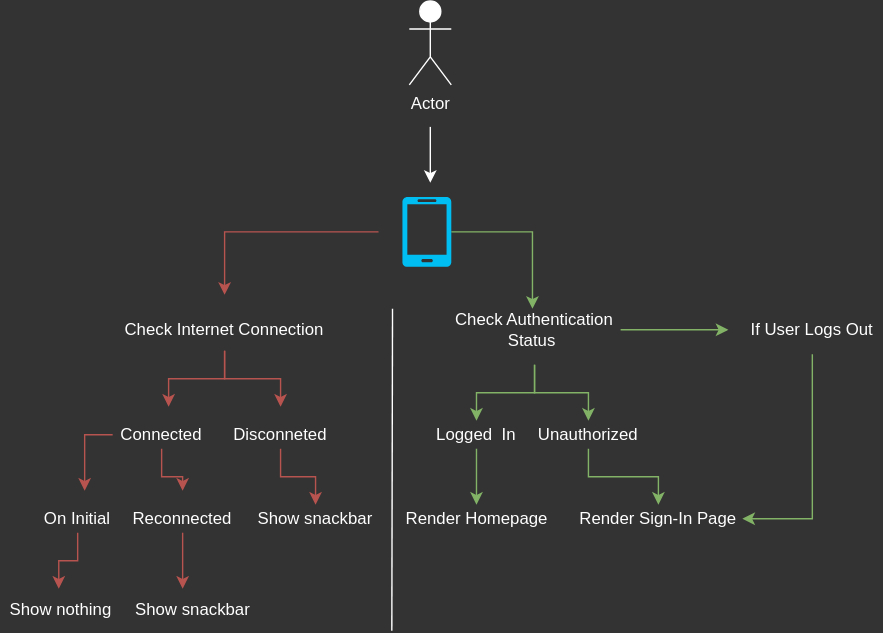
The draw.io diagram artiver-visualization.svg in wzslr321/artiver, before a commit. Source tidied: cells renumbered, new cells last; positions are measured from the earlier drawing's top-left corner, leaving out a move shared by most shapes. The source it was exported from:
```xml
<mxGraphModel background="#333333">
  <root>
    <mxCell id="0" />
    <mxCell id="1" parent="0" />
    <mxCell id="2" style="edgeStyle=orthogonalEdgeStyle;rounded=0;orthogonalLoop=1;jettySize=auto;html=1;strokeColor=#FFFFFF;" parent="1" edge="1">
      <mxGeometry relative="1" as="geometry">
        <mxPoint x="307" y="90" as="sourcePoint" />
        <mxPoint x="307" y="130" as="targetPoint" />
      </mxGeometry>
    </mxCell>
    <mxCell id="3" value="&lt;font color=&quot;#ffffff&quot;&gt;Actor&lt;/font&gt;" style="shape=umlActor;verticalLabelPosition=bottom;verticalAlign=top;html=1;strokeColor=#FFFFFF;" parent="1" vertex="1">
      <mxGeometry x="292" width="30" height="60" as="geometry" />
    </mxCell>
    <mxCell id="4" style="edgeStyle=orthogonalEdgeStyle;rounded=0;orthogonalLoop=1;jettySize=auto;html=1;fillColor=#f8cecc;strokeColor=#b85450;" parent="1" edge="1">
      <mxGeometry relative="1" as="geometry">
        <mxPoint x="270" y="165" as="sourcePoint" />
        <mxPoint x="160" y="210" as="targetPoint" />
      </mxGeometry>
    </mxCell>
    <mxCell id="5" style="edgeStyle=orthogonalEdgeStyle;rounded=0;jettySize=auto;html=1;fillColor=#d5e8d4;strokeColor=#82b366;" parent="1" edge="1" source="6">
      <mxGeometry relative="1" as="geometry">
        <mxPoint x="380" y="220" as="targetPoint" />
      </mxGeometry>
    </mxCell>
    <mxCell id="6" style="verticalLabelPosition=bottom;html=1;verticalAlign=top;align=center;strokeColor=none;fillColor=#00BEF2;shape=mxgraph.azure.mobile;" parent="1" vertex="1">
      <mxGeometry x="287" y="140" width="35" height="50" as="geometry" />
    </mxCell>
    <mxCell id="7" style="edgeStyle=orthogonalEdgeStyle;rounded=0;jettySize=auto;html=1;fillColor=#f8cecc;strokeColor=#b85450;" parent="1" edge="1" source="9">
      <mxGeometry relative="1" as="geometry">
        <mxPoint x="120" y="290" as="targetPoint" />
        <Array as="points">
          <mxPoint x="160" y="270" />
          <mxPoint x="120" y="270" />
        </Array>
      </mxGeometry>
    </mxCell>
    <mxCell id="8" style="edgeStyle=orthogonalEdgeStyle;rounded=0;jettySize=auto;html=1;fillColor=#f8cecc;strokeColor=#b85450;" parent="1" edge="1" source="9">
      <mxGeometry relative="1" as="geometry">
        <mxPoint x="200" y="290" as="targetPoint" />
      </mxGeometry>
    </mxCell>
    <mxCell id="9" value="&lt;font color=&quot;#ffffff&quot;&gt;Check Internet Connection&lt;/font&gt;" style="text;html=1;align=center;verticalAlign=middle;whiteSpace=wrap;rounded=0;" parent="1" vertex="1">
      <mxGeometry x="75" y="220" width="170" height="30" as="geometry" />
    </mxCell>
    <mxCell id="10" style="edgeStyle=orthogonalEdgeStyle;rounded=0;orthogonalLoop=1;jettySize=auto;html=1;fillColor=#f8cecc;strokeColor=#b85450;" parent="1" edge="1">
      <mxGeometry relative="1" as="geometry">
        <mxPoint x="80" y="310" as="sourcePoint" />
        <mxPoint x="60" y="350" as="targetPoint" />
      </mxGeometry>
    </mxCell>
    <mxCell id="11" style="edgeStyle=orthogonalEdgeStyle;rounded=0;jettySize=auto;html=1;fillColor=#f8cecc;strokeColor=#b85450;" parent="1" edge="1" source="12">
      <mxGeometry relative="1" as="geometry">
        <mxPoint x="130" y="350" as="targetPoint" />
      </mxGeometry>
    </mxCell>
    <mxCell id="12" value="&lt;font color=&quot;#ffffff&quot;&gt;Connected&lt;/font&gt;" style="text;html=1;strokeColor=none;fillColor=none;align=center;verticalAlign=middle;whiteSpace=wrap;rounded=0;" parent="1" vertex="1">
      <mxGeometry x="95" y="300" width="40" height="20" as="geometry" />
    </mxCell>
    <mxCell id="13" style="edgeStyle=orthogonalEdgeStyle;rounded=0;jettySize=auto;html=1;entryX=0.5;entryY=0;entryDx=0;entryDy=0;fillColor=#f8cecc;strokeColor=#b85450;" parent="1" edge="1" source="14" target="21">
      <mxGeometry relative="1" as="geometry" />
    </mxCell>
    <mxCell id="14" value="&lt;font color=&quot;#ffffff&quot;&gt;Disconneted&lt;/font&gt;" style="text;html=1;strokeColor=none;fillColor=none;align=center;verticalAlign=middle;whiteSpace=wrap;rounded=0;" parent="1" vertex="1">
      <mxGeometry x="180" y="300" width="40" height="20" as="geometry" />
    </mxCell>
    <mxCell id="15" style="edgeStyle=orthogonalEdgeStyle;rounded=0;jettySize=auto;html=1;entryX=0.5;entryY=0;entryDx=0;entryDy=0;fillColor=#f8cecc;strokeColor=#b85450;" parent="1" edge="1" source="16" target="19">
      <mxGeometry relative="1" as="geometry" />
    </mxCell>
    <mxCell id="16" value="&lt;font color=&quot;#ffffff&quot;&gt;On Initial&lt;/font&gt;" style="text;html=1;strokeColor=none;fillColor=none;align=center;verticalAlign=middle;whiteSpace=wrap;rounded=0;" parent="1" vertex="1">
      <mxGeometry x="30" y="360" width="50" height="20" as="geometry" />
    </mxCell>
    <mxCell id="17" style="edgeStyle=orthogonalEdgeStyle;rounded=0;jettySize=auto;html=1;entryX=0.412;entryY=0;entryDx=0;entryDy=0;entryPerimeter=0;fillColor=#f8cecc;strokeColor=#b85450;" parent="1" edge="1" source="18" target="20">
      <mxGeometry relative="1" as="geometry" />
    </mxCell>
    <mxCell id="18" value="&lt;font color=&quot;#ffffff&quot;&gt;Reconnected&lt;/font&gt;" style="text;html=1;strokeColor=none;fillColor=none;align=center;verticalAlign=middle;whiteSpace=wrap;rounded=0;" parent="1" vertex="1">
      <mxGeometry x="110" y="360" width="40" height="20" as="geometry" />
    </mxCell>
    <mxCell id="19" value="&lt;font color=&quot;#ffffff&quot;&gt;&amp;nbsp;Show nothing&lt;/font&gt;" style="text;html=1;strokeColor=none;fillColor=none;align=center;verticalAlign=middle;whiteSpace=wrap;rounded=0;" parent="1" vertex="1">
      <mxGeometry y="420" width="83" height="30" as="geometry" />
    </mxCell>
    <mxCell id="20" value="&lt;font color=&quot;#ffffff&quot;&gt;Show snackbar&lt;/font&gt;" style="text;html=1;strokeColor=none;fillColor=none;align=center;verticalAlign=middle;whiteSpace=wrap;rounded=0;" parent="1" vertex="1">
      <mxGeometry x="95" y="420" width="85" height="30" as="geometry" />
    </mxCell>
    <mxCell id="21" value="&lt;font color=&quot;#ffffff&quot;&gt;Show snackbar&lt;/font&gt;" style="text;html=1;strokeColor=none;fillColor=none;align=center;verticalAlign=middle;whiteSpace=wrap;rounded=0;" parent="1" vertex="1">
      <mxGeometry x="180" y="360" width="90" height="20" as="geometry" />
    </mxCell>
    <mxCell id="22" style="edgeStyle=orthogonalEdgeStyle;rounded=0;jettySize=auto;html=1;fillColor=#d5e8d4;strokeColor=#82b366;" parent="1" edge="1" source="25">
      <mxGeometry relative="1" as="geometry">
        <mxPoint x="340" y="300" as="targetPoint" />
        <Array as="points">
          <mxPoint x="382" y="280" />
          <mxPoint x="340" y="280" />
        </Array>
      </mxGeometry>
    </mxCell>
    <mxCell id="23" style="edgeStyle=orthogonalEdgeStyle;rounded=0;jettySize=auto;html=1;fillColor=#d5e8d4;strokeColor=#82b366;" parent="1" edge="1" source="25">
      <mxGeometry relative="1" as="geometry">
        <mxPoint x="420" y="300" as="targetPoint" />
      </mxGeometry>
    </mxCell>
    <mxCell id="24" style="edgeStyle=orthogonalEdgeStyle;rounded=0;jettySize=auto;html=1;strokeColor=#82b366;fillColor=#d5e8d4;" parent="1" edge="1" source="25">
      <mxGeometry relative="1" as="geometry">
        <mxPoint x="520" y="235" as="targetPoint" />
      </mxGeometry>
    </mxCell>
    <mxCell id="25" value="&lt;font color=&quot;#ffffff&quot;&gt;Check Authentication&lt;br&gt;Status&amp;nbsp;&lt;/font&gt;" style="text;html=1;strokeColor=none;fillColor=none;align=center;verticalAlign=middle;whiteSpace=wrap;rounded=0;" parent="1" vertex="1">
      <mxGeometry x="320" y="210" width="123" height="50" as="geometry" />
    </mxCell>
    <mxCell id="26" style="edgeStyle=orthogonalEdgeStyle;rounded=0;jettySize=auto;html=1;fillColor=#d5e8d4;strokeColor=#82b366;" parent="1" edge="1" source="27">
      <mxGeometry relative="1" as="geometry">
        <mxPoint x="340" y="360" as="targetPoint" />
      </mxGeometry>
    </mxCell>
    <mxCell id="27" value="&lt;font color=&quot;#ffffff&quot;&gt;Logged &amp;nbsp;In&lt;/font&gt;" style="text;html=1;strokeColor=none;fillColor=none;align=center;verticalAlign=middle;whiteSpace=wrap;rounded=0;" parent="1" vertex="1">
      <mxGeometry x="310" y="300" width="60" height="20" as="geometry" />
    </mxCell>
    <mxCell id="28" style="edgeStyle=orthogonalEdgeStyle;rounded=0;jettySize=auto;html=1;entryX=0.5;entryY=0;entryDx=0;entryDy=0;strokeColor=#82b366;fillColor=#d5e8d4;" parent="1" edge="1" source="29" target="32">
      <mxGeometry relative="1" as="geometry" />
    </mxCell>
    <mxCell id="29" value="&lt;font color=&quot;#ffffff&quot;&gt;Unauthorized&lt;/font&gt;" style="text;html=1;strokeColor=none;fillColor=none;align=center;verticalAlign=middle;whiteSpace=wrap;rounded=0;" parent="1" vertex="1">
      <mxGeometry x="390" y="300" width="60" height="20" as="geometry" />
    </mxCell>
    <mxCell id="30" value="&lt;font color=&quot;#ffffff&quot;&gt;Render Homepage&lt;/font&gt;" style="text;html=1;strokeColor=none;fillColor=none;align=center;verticalAlign=middle;whiteSpace=wrap;rounded=0;" parent="1" vertex="1">
      <mxGeometry x="283.5" y="360" width="113" height="20" as="geometry" />
    </mxCell>
    <mxCell id="31" style="endArrow=none;html=1;strokeColor=#FFFFFF;" parent="1" edge="1">
      <mxGeometry relative="1" as="geometry">
        <mxPoint x="279.5" y="450" as="sourcePoint" />
        <mxPoint x="280" y="220" as="targetPoint" />
      </mxGeometry>
    </mxCell>
    <mxCell id="32" value="&lt;font color=&quot;#ffffff&quot;&gt;Render Sign-In Page&lt;/font&gt;" style="text;html=1;strokeColor=none;fillColor=none;align=center;verticalAlign=middle;whiteSpace=wrap;rounded=0;" parent="1" vertex="1">
      <mxGeometry x="410" y="360" width="120" height="20" as="geometry" />
    </mxCell>
    <mxCell id="33" style="edgeStyle=orthogonalEdgeStyle;rounded=0;jettySize=auto;html=1;entryX=1;entryY=0.5;entryDx=0;entryDy=0;strokeColor=#82b366;fillColor=#d5e8d4;" parent="1" edge="1" source="34" target="32">
      <mxGeometry relative="1" as="geometry" />
    </mxCell>
    <mxCell id="34" value="&lt;font color=&quot;#ffffff&quot;&gt;If User Logs Out&lt;/font&gt;" style="text;html=1;strokeColor=none;fillColor=none;align=center;verticalAlign=middle;whiteSpace=wrap;rounded=0;" parent="1" vertex="1">
      <mxGeometry x="530" y="217.5" width="100" height="35" as="geometry" />
    </mxCell>
  </root>
</mxGraphModel>
```
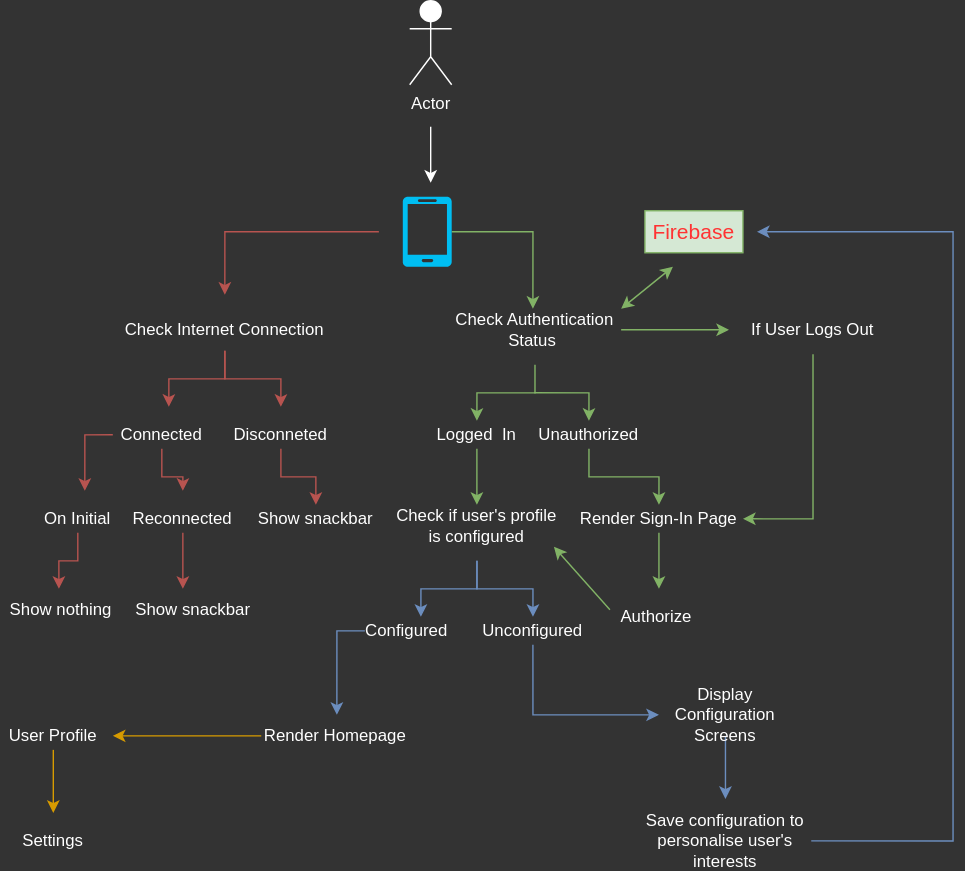
The same file after the commit.

What changed in the source:
```diff
@@ -92,8 +92,9 @@
         </Array>
       </mxGeometry>
     </mxCell>
-    <mxCell id="23" style="edgeStyle=orthogonalEdgeStyle;rounded=0;jettySize=auto;html=1;fillColor=#d5e8d4;strokeColor=#82b366;" parent="1" edge="1" source="25">
+    <mxCell id="23" style="edgeStyle=orthogonalEdgeStyle;rounded=0;orthogonalLoop=1;jettySize=auto;html=1;fillColor=#d5e8d4;strokeColor=#82b366;" parent="1" edge="1">
       <mxGeometry relative="1" as="geometry">
+        <mxPoint x="381" y="280" as="sourcePoint" />
         <mxPoint x="420" y="300" as="targetPoint" />
       </mxGeometry>
     </mxCell>
@@ -119,15 +120,11 @@
     <mxCell id="29" value="&lt;font color=&quot;#ffffff&quot;&gt;Unauthorized&lt;/font&gt;" style="text;html=1;strokeColor=none;fillColor=none;align=center;verticalAlign=middle;whiteSpace=wrap;rounded=0;" parent="1" vertex="1">
       <mxGeometry x="390" y="300" width="60" height="20" as="geometry" />
     </mxCell>
-    <mxCell id="30" value="&lt;font color=&quot;#ffffff&quot;&gt;Render Homepage&lt;/font&gt;" style="text;html=1;strokeColor=none;fillColor=none;align=center;verticalAlign=middle;whiteSpace=wrap;rounded=0;" parent="1" vertex="1">
-      <mxGeometry x="283.5" y="360" width="113" height="20" as="geometry" />
-    </mxCell>
-    <mxCell id="31" style="endArrow=none;html=1;strokeColor=#FFFFFF;" parent="1" edge="1">
-      <mxGeometry relative="1" as="geometry">
-        <mxPoint x="279.5" y="450" as="sourcePoint" />
-        <mxPoint x="280" y="220" as="targetPoint" />
-      </mxGeometry>
-    </mxCell>
+    <mxCell id="35" style="edgeStyle=orthogonalEdgeStyle;rounded=0;jettySize=auto;html=1;fillColor=#d5e8d4;strokeColor=#82b366;" parent="1" edge="1" source="32">
+      <mxGeometry relative="1" as="geometry">
+        <mxPoint x="470" y="420" as="targetPoint" />
+      </mxGeometry>
+    </mxCell>
     <mxCell id="32" value="&lt;font color=&quot;#ffffff&quot;&gt;Render Sign-In Page&lt;/font&gt;" style="text;html=1;strokeColor=none;fillColor=none;align=center;verticalAlign=middle;whiteSpace=wrap;rounded=0;" parent="1" vertex="1">
       <mxGeometry x="410" y="360" width="120" height="20" as="geometry" />
     </mxCell>
@@ -137,5 +134,90 @@
     <mxCell id="34" value="&lt;font color=&quot;#ffffff&quot;&gt;If User Logs Out&lt;/font&gt;" style="text;html=1;strokeColor=none;fillColor=none;align=center;verticalAlign=middle;whiteSpace=wrap;rounded=0;" parent="1" vertex="1">
       <mxGeometry x="530" y="217.5" width="100" height="35" as="geometry" />
     </mxCell>
+    <mxCell id="36" value="&lt;font color=&quot;#ff3333&quot; style=&quot;font-size: 15px&quot;&gt;Firebase&lt;/font&gt;" style="text;html=1;strokeColor=#82b366;fillColor=#d5e8d4;align=center;verticalAlign=middle;whiteSpace=wrap;rounded=0;" parent="1" vertex="1">
+      <mxGeometry x="460" y="150" width="70" height="30" as="geometry" />
+    </mxCell>
+    <mxCell id="37" style="endArrow=classic;startArrow=classic;html=1;fillColor=#d5e8d4;strokeColor=#82b366;" parent="1" edge="1">
+      <mxGeometry relative="1" as="geometry">
+        <mxPoint x="443" y="220" as="sourcePoint" />
+        <mxPoint x="480" y="190" as="targetPoint" />
+      </mxGeometry>
+    </mxCell>
+    <mxCell id="38" style="edgeStyle=orthogonalEdgeStyle;rounded=0;jettySize=auto;html=1;entryX=0.75;entryY=0;entryDx=0;entryDy=0;fillColor=#dae8fc;strokeColor=#6c8ebf;" parent="1" edge="1" source="40" target="44">
+      <mxGeometry relative="1" as="geometry" />
+    </mxCell>
+    <mxCell id="39" style="edgeStyle=orthogonalEdgeStyle;rounded=0;jettySize=auto;html=1;fillColor=#dae8fc;strokeColor=#6c8ebf;" parent="1" edge="1" source="40" target="46">
+      <mxGeometry relative="1" as="geometry" />
+    </mxCell>
+    <mxCell id="40" value="&lt;font color=&quot;#ffffff&quot;&gt;Check if user's profile is configured&lt;/font&gt;" style="text;html=1;strokeColor=none;fillColor=none;align=center;verticalAlign=middle;whiteSpace=wrap;rounded=0;" parent="1" vertex="1">
+      <mxGeometry x="280" y="350" width="120" height="50" as="geometry" />
+    </mxCell>
+    <mxCell id="41" value="&lt;font color=&quot;#ffffff&quot;&gt;Authorize&amp;nbsp;&lt;/font&gt;" style="text;html=1;strokeColor=none;fillColor=none;align=center;verticalAlign=middle;whiteSpace=wrap;rounded=0;" parent="1" vertex="1">
+      <mxGeometry x="435" y="430" width="70" height="20" as="geometry" />
+    </mxCell>
+    <mxCell id="42" style="endArrow=classic;html=1;fillColor=#d5e8d4;strokeColor=#82b366;exitX=0;exitY=0.25;exitDx=0;exitDy=0;" parent="1" edge="1" source="41">
+      <mxGeometry relative="1" as="geometry">
+        <mxPoint x="395" y="390" as="targetPoint" />
+      </mxGeometry>
+    </mxCell>
+    <mxCell id="43" style="edgeStyle=orthogonalEdgeStyle;rounded=0;orthogonalLoop=1;jettySize=auto;html=1;fillColor=#dae8fc;strokeColor=#6c8ebf;" parent="1" edge="1">
+      <mxGeometry relative="1" as="geometry">
+        <mxPoint x="260" y="450" as="sourcePoint" />
+        <mxPoint x="240" y="510" as="targetPoint" />
+      </mxGeometry>
+    </mxCell>
+    <mxCell id="44" value="&lt;font color=&quot;#ffffff&quot; style=&quot;font-size: 12px&quot;&gt;Configured&lt;/font&gt;" style="text;html=1;strokeColor=none;fillColor=none;align=center;verticalAlign=middle;whiteSpace=wrap;rounded=0;" parent="1" vertex="1">
+      <mxGeometry x="270" y="440" width="40" height="20" as="geometry" />
+    </mxCell>
+    <mxCell id="45" style="edgeStyle=orthogonalEdgeStyle;rounded=0;jettySize=auto;html=1;fillColor=#dae8fc;strokeColor=#6c8ebf;exitX=0.5;exitY=1;exitDx=0;exitDy=0;" parent="1" edge="1" source="46">
+      <mxGeometry relative="1" as="geometry">
+        <mxPoint x="470" y="510" as="targetPoint" />
+        <Array as="points">
+          <mxPoint x="380" y="510" />
+        </Array>
+      </mxGeometry>
+    </mxCell>
+    <mxCell id="46" value="&lt;font color=&quot;#ffffff&quot;&gt;Unconfigured&lt;/font&gt;" style="text;html=1;strokeColor=none;fillColor=none;align=center;verticalAlign=middle;whiteSpace=wrap;rounded=0;" parent="1" vertex="1">
+      <mxGeometry x="360" y="440" width="40" height="20" as="geometry" />
+    </mxCell>
+    <mxCell id="47" style="edgeStyle=orthogonalEdgeStyle;rounded=0;jettySize=auto;html=1;fillColor=#dae8fc;strokeColor=#6c8ebf;exitX=0.5;exitY=1;exitDx=0;exitDy=0;" parent="1" edge="1" source="48">
+      <mxGeometry relative="1" as="geometry">
+        <mxPoint x="517.5" y="570" as="targetPoint" />
+      </mxGeometry>
+    </mxCell>
+    <mxCell id="48" value="&lt;font color=&quot;#ffffff&quot;&gt;Display Configuration Screens&lt;/font&gt;" style="text;html=1;strokeColor=none;fillColor=none;align=center;verticalAlign=middle;whiteSpace=wrap;rounded=0;" parent="1" vertex="1">
+      <mxGeometry x="480" y="495" width="75" height="30" as="geometry" />
+    </mxCell>
+    <mxCell id="49" style="edgeStyle=orthogonalEdgeStyle;rounded=0;jettySize=auto;html=1;exitX=1;exitY=0.5;exitDx=0;exitDy=0;fillColor=#dae8fc;strokeColor=#6c8ebf;" parent="1" edge="1" source="50">
+      <mxGeometry relative="1" as="geometry">
+        <mxPoint x="540" y="165" as="targetPoint" />
+        <Array as="points">
+          <mxPoint x="680" y="600" />
+          <mxPoint x="680" y="165" />
+        </Array>
+      </mxGeometry>
+    </mxCell>
+    <mxCell id="50" value="&lt;font color=&quot;#ffffff&quot;&gt;Save configuration to personalise user's interests&lt;/font&gt;" style="text;html=1;strokeColor=none;fillColor=none;align=center;verticalAlign=middle;whiteSpace=wrap;rounded=0;" parent="1" vertex="1">
+      <mxGeometry x="456.2" y="580" width="122.5" height="40" as="geometry" />
+    </mxCell>
+    <mxCell id="51" style="edgeStyle=orthogonalEdgeStyle;rounded=0;jettySize=auto;html=1;exitX=0;exitY=0.5;exitDx=0;exitDy=0;fillColor=#ffe6cc;strokeColor=#d79b00;" parent="1" edge="1" source="30">
+      <mxGeometry relative="1" as="geometry">
+        <mxPoint x="80" y="525" as="targetPoint" />
+      </mxGeometry>
+    </mxCell>
+    <mxCell id="30" value="&lt;font color=&quot;#ffffff&quot;&gt;Render Homepage&lt;/font&gt;" style="text;html=1;strokeColor=none;fillColor=none;align=center;verticalAlign=middle;whiteSpace=wrap;rounded=0;" parent="1" vertex="1">
+      <mxGeometry x="186" y="510" width="106" height="30" as="geometry" />
+    </mxCell>
+    <mxCell id="52" style="edgeStyle=orthogonalEdgeStyle;rounded=0;jettySize=auto;html=1;fillColor=#ffe6cc;strokeColor=#d79b00;" parent="1" edge="1" source="53">
+      <mxGeometry relative="1" as="geometry">
+        <mxPoint x="37.5" y="580" as="targetPoint" />
+      </mxGeometry>
+    </mxCell>
+    <mxCell id="53" value="&lt;font color=&quot;#ffffff&quot;&gt;User Profile&lt;/font&gt;" style="text;html=1;strokeColor=none;fillColor=none;align=center;verticalAlign=middle;whiteSpace=wrap;rounded=0;" parent="1" vertex="1">
+      <mxGeometry y="515" width="75" height="20" as="geometry" />
+    </mxCell>
+    <mxCell id="54" value="&lt;font color=&quot;#ffffff&quot;&gt;Settings&lt;/font&gt;" style="text;html=1;strokeColor=none;fillColor=none;align=center;verticalAlign=middle;whiteSpace=wrap;rounded=0;" parent="1" vertex="1">
+      <mxGeometry x="6.2" y="590" width="62.5" height="20" as="geometry" />
+    </mxCell>
   </root>
 </mxGraphModel>
```
